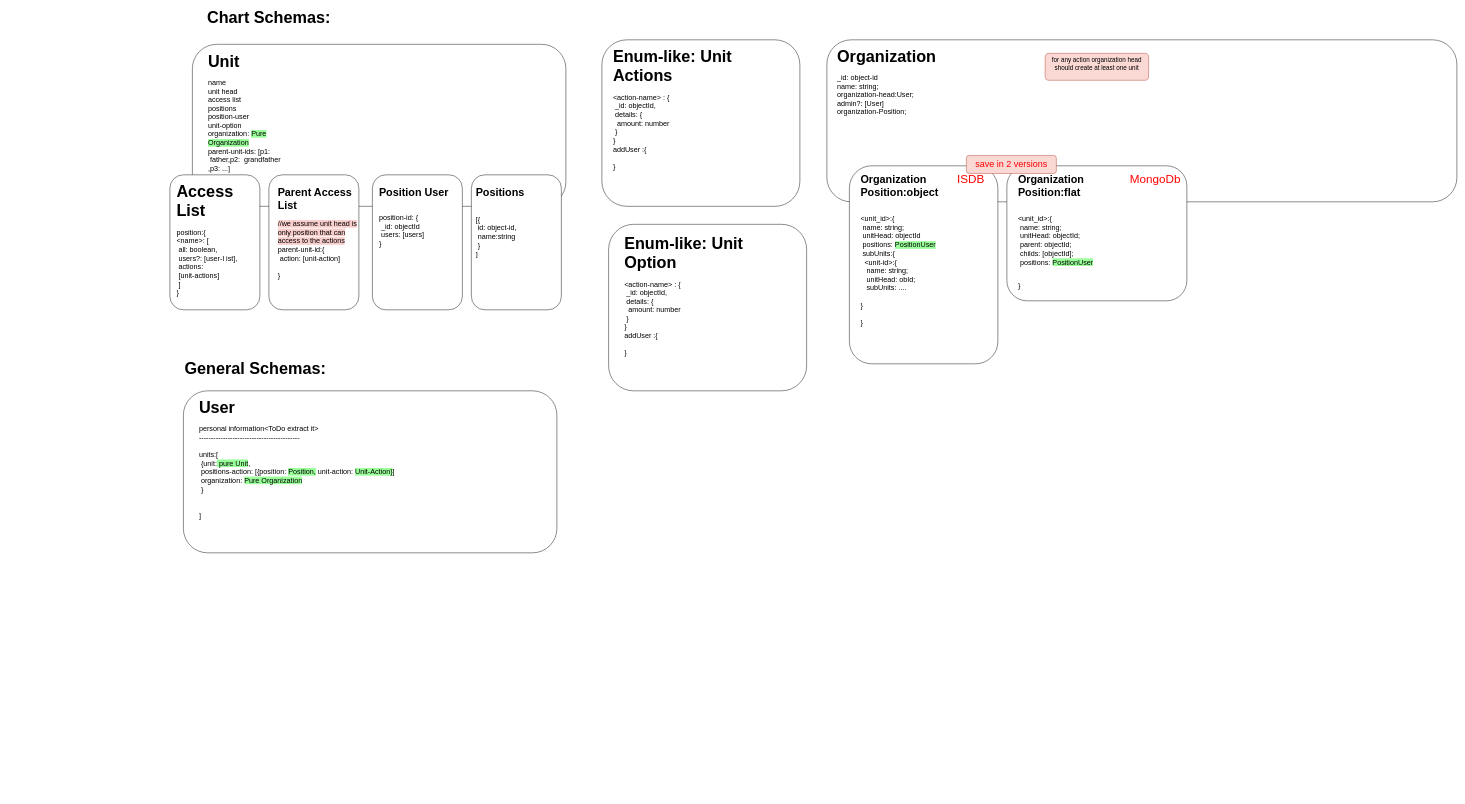
Above: page "schema" (2 of 4) of Untitled Diagram.drawio in etefaghian/barg (draw.io), before the change. Source tidied: cells renumbered, new cells numbered last; positions are measured from the earlier drawing's top-left corner, leaving out a move shared by most shapes. Both pictures are drawn from the tidied source at 45%, with x=0, y=0 at pixel (170, 13).
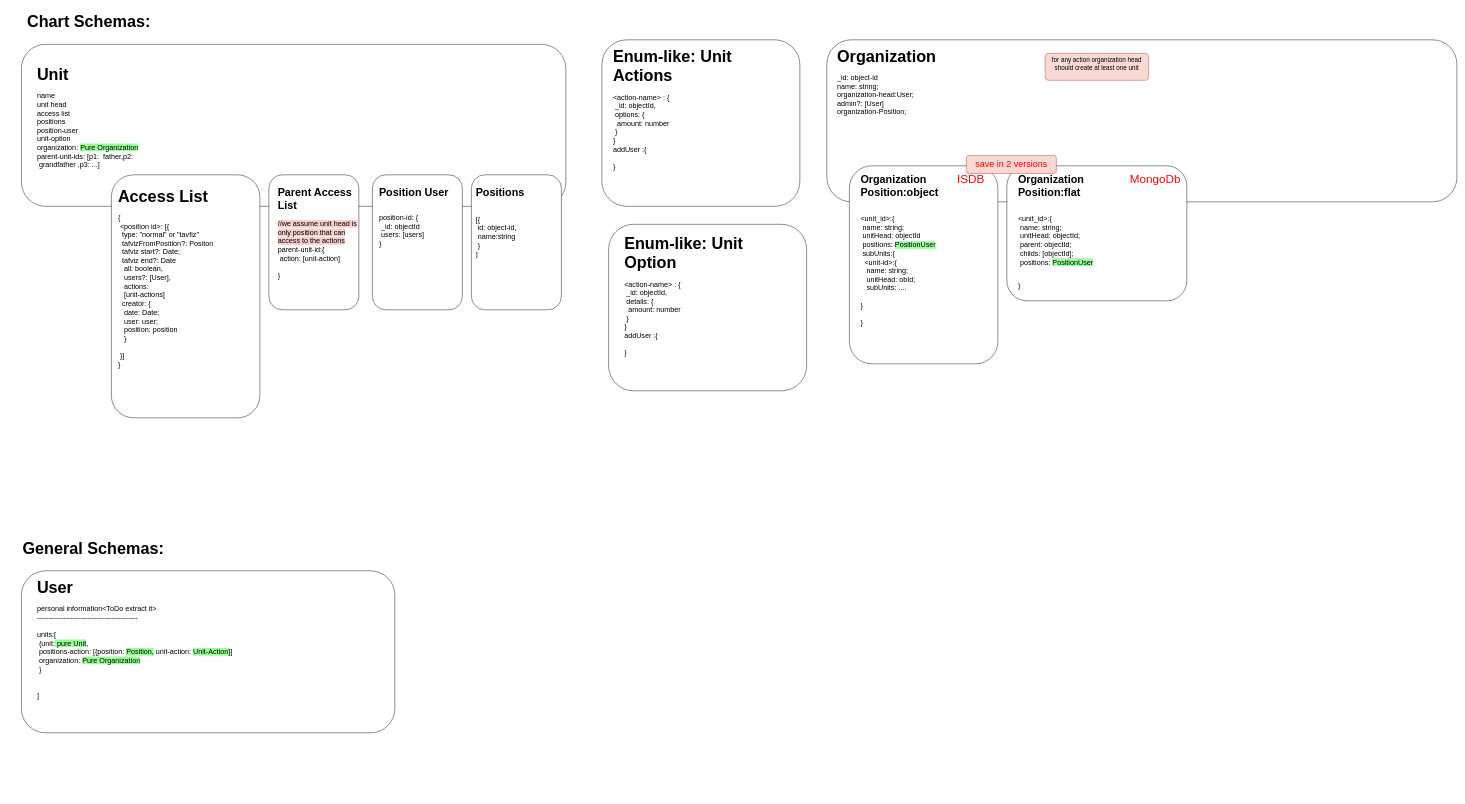
The same diagram, later.

Change to the diagram source:
```diff
@@
     <mxCell id="2" style="rounded=1;whiteSpace=wrap;html=1;fillColor=#FFFFFF;" parent="1" vertex="1">
-      <mxGeometry x="50" y="70" width="830" height="360" as="geometry" />
+      <mxGeometry x="-330" y="70" width="1210" height="360" as="geometry" />
     </mxCell>
     <mxCell id="3" value="&lt;h1&gt;&lt;font style=&quot;font-size: 36px&quot;&gt;Unit&lt;/font&gt;&lt;/h1&gt;&lt;div&gt;&lt;font size=&quot;3&quot;&gt;name&lt;/font&gt;&lt;/div&gt;&lt;div&gt;&lt;font size=&quot;3&quot;&gt;unit head&lt;/font&gt;&lt;/div&gt;&lt;div&gt;&lt;font size=&quot;3&quot;&gt;access list&lt;/font&gt;&lt;/div&gt;&lt;div&gt;&lt;span style=&quot;font-size: medium&quot;&gt;positions&lt;/span&gt;&lt;br&gt;&lt;/div&gt;&lt;div&gt;&lt;font size=&quot;3&quot;&gt;position-user&lt;/font&gt;&lt;/div&gt;&lt;div&gt;&lt;font size=&quot;3&quot;&gt;unit-option&lt;/font&gt;&lt;/div&gt;&lt;div&gt;&lt;font size=&quot;3&quot;&gt;organization: &lt;span style=&quot;background-color: rgb(153 , 255 , 153)&quot;&gt;Pure Organization&lt;/span&gt;&lt;/font&gt;&lt;/div&gt;&lt;div&gt;&lt;font size=&quot;3&quot;&gt;parent-unit-ids: [p1: &lt;span style=&quot;white-space: pre&quot;&gt; &lt;/span&gt;father,p2: &lt;span style=&quot;white-space: pre&quot;&gt; &lt;/span&gt;grandfather ,p3: ...]&lt;/font&gt;&lt;/div&gt;" style="text;html=1;strokeColor=none;fillColor=none;spacing=5;spacingTop=-20;whiteSpace=wrap;overflow=hidden;rounded=0;" parent="1" vertex="1">
-      <mxGeometry x="80" y="80" width="190" height="490" as="geometry" />
+      <mxGeometry x="-300" y="110" width="250" height="490" as="geometry" />
     </mxCell>
     <mxCell id="4" style="rounded=1;whiteSpace=wrap;html=1;fillColor=#FFFFFF;" parent="1" vertex="1">
-      <mxGeometry y="360" width="200" height="300" as="geometry" />
+      <mxGeometry x="-130" y="360" width="330" height="540" as="geometry" />
     </mxCell>
-    <mxCell id="5" value="&lt;h1&gt;&lt;span style=&quot;font-size: 36px&quot;&gt;Access List&lt;/span&gt;&lt;/h1&gt;&lt;div&gt;&lt;font size=&quot;3&quot;&gt;position:{&lt;/font&gt;&lt;/div&gt;&lt;div&gt;&lt;span style=&quot;font-size: medium&quot;&gt;&amp;lt;name&amp;gt;: [&lt;/span&gt;&lt;/div&gt;&lt;div&gt;&lt;span style=&quot;font-size: medium&quot;&gt;&lt;span style=&quot;white-space: pre&quot;&gt; &lt;/span&gt;all: boolean,&lt;br&gt;&lt;/span&gt;&lt;/div&gt;&lt;div&gt;&lt;span style=&quot;font-size: medium&quot;&gt;&lt;span style=&quot;white-space: pre&quot;&gt; &lt;/span&gt;users?: [user-l&lt;span style=&quot;white-space: pre&quot;&gt; &lt;/span&gt;ist],&lt;/span&gt;&lt;/div&gt;&lt;div&gt;&lt;span style=&quot;font-size: medium&quot;&gt;&lt;span style=&quot;white-space: pre&quot;&gt; &lt;/span&gt;&lt;/span&gt;&lt;span style=&quot;font-size: medium&quot;&gt;actions:&lt;/span&gt;&lt;/div&gt;&lt;div&gt;&lt;span style=&quot;font-size: medium&quot;&gt;&lt;span style=&quot;white-space: pre&quot;&gt; &lt;/span&gt;[unit-actions]&lt;/span&gt;&lt;/div&gt;&lt;div&gt;&lt;span style=&quot;font-size: medium&quot;&gt;&lt;span style=&quot;white-space: pre&quot;&gt; &lt;/span&gt;]&lt;/span&gt;&lt;/div&gt;&lt;div&gt;&lt;font size=&quot;3&quot;&gt;}&lt;/font&gt;&lt;/div&gt;&lt;div&gt;&lt;font size=&quot;3&quot;&gt;&lt;span&gt; &lt;/span&gt;&lt;span&gt; &lt;/span&gt;&lt;/font&gt;&lt;/div&gt;&lt;div&gt;&lt;font size=&quot;3&quot;&gt;&lt;br&gt;&lt;/font&gt;&lt;/div&gt;&lt;div&gt;&lt;br&gt;&lt;/div&gt;&lt;div&gt;&lt;br&gt;&lt;/div&gt;" style="text;html=1;strokeColor=none;fillColor=none;spacing=5;spacingTop=-20;whiteSpace=wrap;overflow=hidden;rounded=0;" parent="1" vertex="1">
-      <mxGeometry x="10" y="370" width="190" height="490" as="geometry" />
+    <mxCell id="5" value="&lt;h1&gt;&lt;span style=&quot;font-size: 36px&quot;&gt;Access List&lt;/span&gt;&lt;/h1&gt;&lt;div&gt;&lt;font size=&quot;3&quot;&gt;{&lt;/font&gt;&lt;/div&gt;&lt;div&gt;&lt;span style=&quot;font-size: medium&quot;&gt;&lt;span style=&quot;white-space: pre&quot;&gt; &lt;/span&gt;&amp;lt;position id&amp;gt;: [{&lt;/span&gt;&lt;/div&gt;&lt;div&gt;&lt;font size=&quot;3&quot;&gt;&lt;span style=&quot;white-space: pre&quot;&gt; &lt;/span&gt;&lt;span style=&quot;white-space: pre&quot;&gt; &lt;/span&gt;type: &quot;normal&quot; or &quot;tavfiz&quot;&lt;/font&gt;&lt;/div&gt;&lt;div&gt;&lt;font size=&quot;3&quot;&gt;&lt;span style=&quot;white-space: pre&quot;&gt; &lt;/span&gt;&lt;span style=&quot;white-space: pre&quot;&gt; &lt;/span&gt;tafvizFromPosition?: Positon&lt;/font&gt;&lt;/div&gt;&lt;div&gt;&lt;font size=&quot;3&quot;&gt;&lt;span style=&quot;white-space: pre&quot;&gt; &lt;/span&gt;&lt;span style=&quot;white-space: pre&quot;&gt; &lt;/span&gt;tafviz start?: Date;&lt;br&gt;&lt;/font&gt;&lt;/div&gt;&lt;div&gt;&lt;font size=&quot;3&quot;&gt;&lt;span style=&quot;white-space: pre&quot;&gt; &lt;/span&gt;&lt;span style=&quot;white-space: pre&quot;&gt; &lt;/span&gt;tafviz end?: Date&lt;br&gt;&lt;/font&gt;&lt;/div&gt;&lt;div&gt;&lt;span style=&quot;font-size: medium&quot;&gt;&lt;span style=&quot;white-space: pre&quot;&gt; &lt;span style=&quot;white-space: pre&quot;&gt; &lt;/span&gt;&lt;span style=&quot;white-space: pre&quot;&gt; &lt;/span&gt;&lt;/span&gt;all: boolean,&lt;br&gt;&lt;/span&gt;&lt;/div&gt;&lt;div&gt;&lt;span style=&quot;font-size: medium&quot;&gt;&lt;span style=&quot;white-space: pre&quot;&gt; &lt;span style=&quot;white-space: pre&quot;&gt; &lt;span style=&quot;white-space: pre&quot;&gt; &lt;/span&gt;&lt;/span&gt;&lt;/span&gt;users?: [User],&lt;/span&gt;&lt;/div&gt;&lt;div&gt;&lt;span style=&quot;font-size: medium&quot;&gt;&lt;span style=&quot;white-space: pre&quot;&gt; &lt;span style=&quot;white-space: pre&quot;&gt; &lt;/span&gt;&lt;span style=&quot;white-space: pre&quot;&gt; &lt;/span&gt;&lt;/span&gt;&lt;/span&gt;&lt;span style=&quot;font-size: medium&quot;&gt;actions:&lt;/span&gt;&lt;/div&gt;&lt;div&gt;&lt;span style=&quot;font-size: medium&quot;&gt;&lt;span style=&quot;white-space: pre&quot;&gt; &lt;span style=&quot;white-space: pre&quot;&gt; &lt;/span&gt;&lt;span style=&quot;white-space: pre&quot;&gt; &lt;/span&gt;&lt;/span&gt;[unit-actions]&lt;/span&gt;&lt;/div&gt;&lt;div&gt;&lt;span style=&quot;font-size: medium&quot;&gt;&lt;span style=&quot;white-space: pre&quot;&gt; &lt;/span&gt;&lt;span style=&quot;white-space: pre&quot;&gt; &lt;/span&gt;creator: {&lt;/span&gt;&lt;/div&gt;&lt;div&gt;&lt;span style=&quot;font-size: medium&quot;&gt;&lt;span style=&quot;white-space: pre&quot;&gt; &lt;/span&gt;&lt;span style=&quot;white-space: pre&quot;&gt; &lt;/span&gt;&lt;span style=&quot;white-space: pre&quot;&gt; &lt;/span&gt;date: Date;&lt;/span&gt;&lt;/div&gt;&lt;div&gt;&lt;span style=&quot;font-size: medium&quot;&gt;&lt;span style=&quot;white-space: pre&quot;&gt; &lt;/span&gt;&lt;span style=&quot;white-space: pre&quot;&gt; &lt;/span&gt;&lt;span style=&quot;white-space: pre&quot;&gt; &lt;/span&gt;user: user;&lt;/span&gt;&lt;/div&gt;&lt;div&gt;&lt;span style=&quot;font-size: medium&quot;&gt;&lt;span style=&quot;white-space: pre&quot;&gt; &lt;/span&gt;&lt;span style=&quot;white-space: pre&quot;&gt; &lt;/span&gt;&lt;span style=&quot;white-space: pre&quot;&gt; &lt;/span&gt;position: position&lt;/span&gt;&lt;/div&gt;&lt;div&gt;&lt;span style=&quot;font-size: medium&quot;&gt;&lt;span style=&quot;white-space: pre&quot;&gt; &lt;/span&gt;&lt;span style=&quot;white-space: pre&quot;&gt; &lt;/span&gt;&lt;span style=&quot;white-space: pre&quot;&gt; &lt;/span&gt;}&lt;/span&gt;&lt;/div&gt;&lt;div&gt;&lt;span style=&quot;font-size: medium&quot;&gt;&lt;span style=&quot;white-space: pre&quot;&gt; &lt;/span&gt;&lt;br&gt;&lt;/span&gt;&lt;/div&gt;&lt;div&gt;&lt;span style=&quot;font-size: medium&quot;&gt;&lt;span style=&quot;white-space: pre&quot;&gt; &lt;/span&gt;}]&lt;/span&gt;&lt;/div&gt;&lt;div&gt;&lt;font size=&quot;3&quot;&gt;}&lt;/font&gt;&lt;/div&gt;&lt;div&gt;&lt;font size=&quot;3&quot;&gt;&lt;span&gt; &lt;/span&gt;&lt;span&gt; &lt;/span&gt;&lt;/font&gt;&lt;/div&gt;&lt;div&gt;&lt;font size=&quot;3&quot;&gt;&lt;br&gt;&lt;/font&gt;&lt;/div&gt;&lt;div&gt;&lt;br&gt;&lt;/div&gt;&lt;div&gt;&lt;br&gt;&lt;/div&gt;" style="text;html=1;strokeColor=none;fillColor=none;spacing=5;spacingTop=-20;whiteSpace=wrap;overflow=hidden;rounded=0;" parent="1" vertex="1">
+      <mxGeometry x="-120" y="380" width="310" height="490" as="geometry" />
     </mxCell>
@@
-    <mxCell id="7" value="&lt;h1&gt;&lt;font style=&quot;font-size: 36px&quot;&gt;Enum-like: Unit Actions&lt;/font&gt;&lt;/h1&gt;&lt;div&gt;&lt;font size=&quot;3&quot;&gt;&amp;lt;action-name&amp;gt; : {&lt;/font&gt;&lt;/div&gt;&lt;div&gt;&lt;font size=&quot;3&quot;&gt;&lt;span style=&quot;white-space: pre&quot;&gt; &lt;/span&gt;_id: objectId,&lt;/font&gt;&lt;/div&gt;&lt;div&gt;&lt;font size=&quot;3&quot;&gt;&lt;span style=&quot;white-space: pre&quot;&gt; &lt;/span&gt;details: {&lt;br&gt;&lt;/font&gt;&lt;/div&gt;&lt;div&gt;&lt;font size=&quot;3&quot;&gt;&lt;span style=&quot;white-space: pre&quot;&gt; &lt;span style=&quot;white-space: pre&quot;&gt; &lt;/span&gt;&lt;/span&gt;amount: number&lt;br&gt;&lt;/font&gt;&lt;/div&gt;&lt;div&gt;&lt;font size=&quot;3&quot;&gt;&lt;span style=&quot;white-space: pre&quot;&gt; &lt;/span&gt;}&lt;br&gt;&lt;/font&gt;&lt;/div&gt;&lt;div&gt;&lt;font size=&quot;3&quot;&gt;}&lt;/font&gt;&lt;/div&gt;&lt;div&gt;&lt;font size=&quot;3&quot;&gt;addUser :{&lt;/font&gt;&lt;/div&gt;&lt;div&gt;&lt;font size=&quot;3&quot;&gt;&lt;br&gt;&lt;/font&gt;&lt;/div&gt;&lt;div&gt;&lt;font size=&quot;3&quot;&gt;}&lt;/font&gt;&lt;/div&gt;&lt;div&gt;&lt;font size=&quot;3&quot;&gt;&lt;br&gt;&lt;/font&gt;&lt;/div&gt;" style="text;html=1;strokeColor=none;fillColor=none;spacing=5;spacingTop=-20;whiteSpace=wrap;overflow=hidden;rounded=0;" parent="1" vertex="1">
+    <mxCell id="7" value="&lt;h1&gt;&lt;font style=&quot;font-size: 36px&quot;&gt;Enum-like: Unit Actions&lt;/font&gt;&lt;/h1&gt;&lt;div&gt;&lt;font size=&quot;3&quot;&gt;&amp;lt;action-name&amp;gt; : {&lt;/font&gt;&lt;/div&gt;&lt;div&gt;&lt;font size=&quot;3&quot;&gt;&lt;span style=&quot;white-space: pre&quot;&gt; &lt;/span&gt;_id: objectId,&lt;/font&gt;&lt;/div&gt;&lt;div&gt;&lt;font size=&quot;3&quot;&gt;&lt;span style=&quot;white-space: pre&quot;&gt; options&lt;/span&gt;: {&lt;br&gt;&lt;/font&gt;&lt;/div&gt;&lt;div&gt;&lt;font size=&quot;3&quot;&gt;&lt;span style=&quot;white-space: pre&quot;&gt; &lt;span style=&quot;white-space: pre&quot;&gt; &lt;/span&gt;&lt;/span&gt;amount: number&lt;br&gt;&lt;/font&gt;&lt;/div&gt;&lt;div&gt;&lt;font size=&quot;3&quot;&gt;&lt;span style=&quot;white-space: pre&quot;&gt; &lt;/span&gt;}&lt;br&gt;&lt;/font&gt;&lt;/div&gt;&lt;div&gt;&lt;font size=&quot;3&quot;&gt;}&lt;/font&gt;&lt;/div&gt;&lt;div&gt;&lt;font size=&quot;3&quot;&gt;addUser :{&lt;/font&gt;&lt;/div&gt;&lt;div&gt;&lt;font size=&quot;3&quot;&gt;&lt;br&gt;&lt;/font&gt;&lt;/div&gt;&lt;div&gt;&lt;font size=&quot;3&quot;&gt;}&lt;/font&gt;&lt;/div&gt;&lt;div&gt;&lt;font size=&quot;3&quot;&gt;&lt;br&gt;&lt;/font&gt;&lt;/div&gt;" style="text;html=1;strokeColor=none;fillColor=none;spacing=5;spacingTop=-20;whiteSpace=wrap;overflow=hidden;rounded=0;" parent="1" vertex="1">
       <mxGeometry x="980" y="70" width="310" height="490" as="geometry" />
     </mxCell>
@@
     <mxCell id="13" value="&lt;font style=&quot;font-size: 36px&quot;&gt;&lt;b&gt;Chart Schemas:&amp;nbsp;&lt;/b&gt;&lt;/font&gt;" style="text;html=1;strokeColor=none;fillColor=none;align=center;verticalAlign=middle;whiteSpace=wrap;rounded=0;" parent="1" vertex="1">
-      <mxGeometry x="40" width="370" height="20" as="geometry" />
+      <mxGeometry x="-360" y="10" width="370" height="20" as="geometry" />
     </mxCell>
@@
     <mxCell id="24" value="&lt;font style=&quot;font-size: 36px&quot;&gt;&lt;b&gt;General Schemas:&amp;nbsp;&lt;/b&gt;&lt;/font&gt;" style="text;html=1;strokeColor=none;fillColor=none;align=center;verticalAlign=middle;whiteSpace=wrap;rounded=0;" parent="1" vertex="1">
-      <mxGeometry x="10" y="780" width="370" height="20" as="geometry" />
+      <mxGeometry x="-350" y="1180" width="370" height="20" as="geometry" />
     </mxCell>
     <mxCell id="25" style="rounded=1;whiteSpace=wrap;html=1;fillColor=#FFFFFF;" parent="1" vertex="1">
-      <mxGeometry x="30" y="840" width="830" height="360" as="geometry" />
+      <mxGeometry x="-330" y="1240" width="830" height="360" as="geometry" />
     </mxCell>
     <mxCell id="26" value="&lt;h1&gt;&lt;font style=&quot;font-size: 36px&quot;&gt;User&lt;/font&gt;&lt;/h1&gt;&lt;div&gt;&lt;font size=&quot;3&quot;&gt;personal information&amp;lt;ToDo extract it&amp;gt;&lt;/font&gt;&lt;/div&gt;&lt;div&gt;&lt;font size=&quot;3&quot;&gt;------------------------------------------&lt;/font&gt;&lt;/div&gt;&lt;div&gt;&lt;font size=&quot;3&quot;&gt;&lt;br&gt;&lt;/font&gt;&lt;/div&gt;&lt;div&gt;&lt;font size=&quot;3&quot;&gt;units:[&lt;/font&gt;&lt;/div&gt;&lt;div&gt;&lt;font size=&quot;3&quot;&gt;&lt;span style=&quot;white-space: pre&quot;&gt; &lt;/span&gt;{unit:&lt;span style=&quot;background-color: rgb(153 , 255 , 153)&quot;&gt; pure Unit&lt;/span&gt;,&amp;nbsp;&lt;/font&gt;&lt;/div&gt;&lt;div&gt;&lt;font size=&quot;3&quot;&gt;&lt;span style=&quot;white-space: pre&quot;&gt; &lt;/span&gt;positions-action: [{position: &lt;span style=&quot;background-color: rgb(153 , 255 , 153)&quot;&gt;Position,&lt;/span&gt; unit-action: &lt;span style=&quot;background-color: rgb(153 , 255 , 153)&quot;&gt;Unit-Action}&lt;/span&gt;]&lt;/font&gt;&lt;/div&gt;&lt;div&gt;&lt;font size=&quot;3&quot;&gt;&lt;span style=&quot;white-space: pre&quot;&gt; &lt;/span&gt;organization: &lt;span style=&quot;background-color: rgb(153 , 255 , 153)&quot;&gt;Pure Organization&lt;/span&gt;&lt;br&gt;&lt;/font&gt;&lt;/div&gt;&lt;div&gt;&lt;font size=&quot;3&quot;&gt;&amp;nbsp;}&lt;br&gt;&lt;/font&gt;&lt;/div&gt;&lt;div&gt;&lt;font size=&quot;3&quot;&gt;&lt;br&gt;&lt;/font&gt;&lt;/div&gt;&lt;div&gt;&lt;font size=&quot;3&quot;&gt;&lt;br&gt;&lt;/font&gt;&lt;/div&gt;&lt;div&gt;&lt;font size=&quot;3&quot;&gt;]&amp;nbsp;&lt;/font&gt;&lt;/div&gt;&lt;div&gt;&lt;font size=&quot;3&quot;&gt;&lt;br&gt;&lt;/font&gt;&lt;/div&gt;&lt;div&gt;&lt;font size=&quot;3&quot;&gt;&lt;br&gt;&lt;/font&gt;&lt;/div&gt;" style="text;html=1;strokeColor=none;fillColor=none;spacing=5;spacingTop=-20;whiteSpace=wrap;overflow=hidden;rounded=0;" parent="1" vertex="1">
-      <mxGeometry x="60" y="850" width="630" height="490" as="geometry" />
+      <mxGeometry x="-300" y="1250" width="630" height="490" as="geometry" />
     </mxCell>
```
